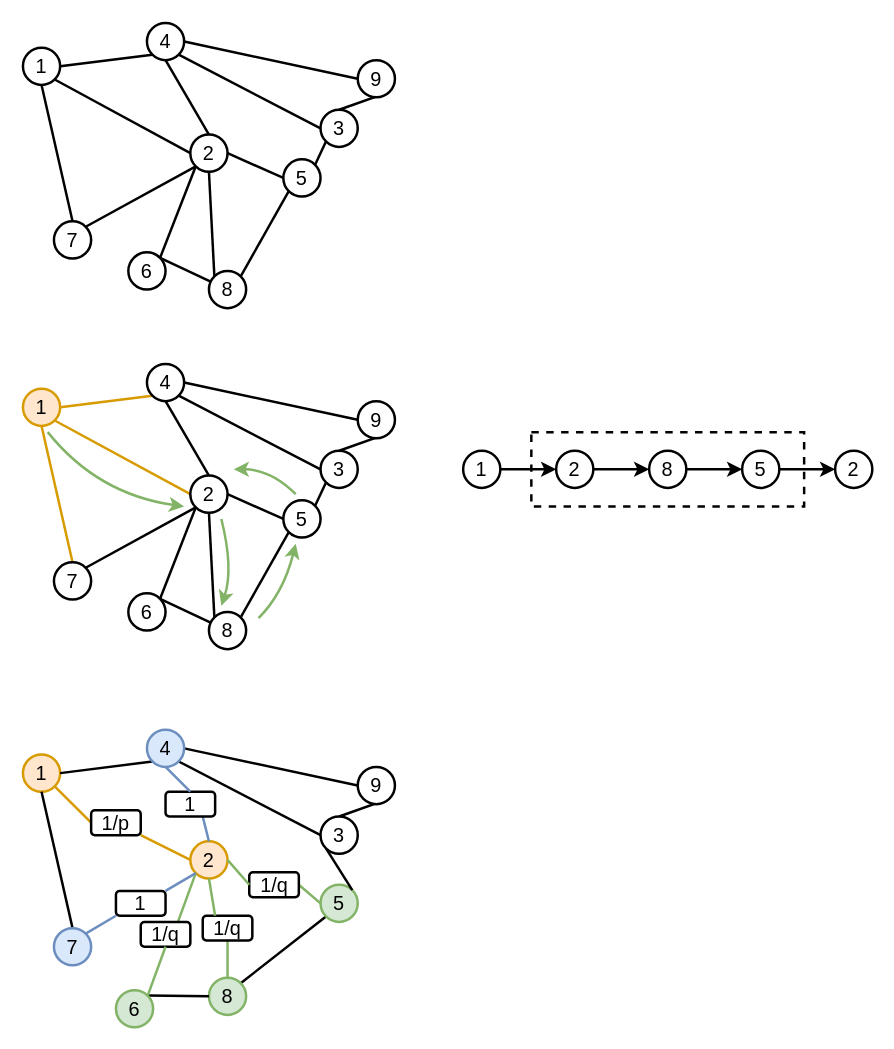
zjtone/RL-Note keeps this draw.io diagram as page "第 1 页" (1 of 3) of 未命名表单.drawio. Above is the earlier version. Source tidied: cells renumbered, new cells numbered last; positions are measured from the earlier drawing's top-left corner, leaving out a move shared by most shapes. Both pictures are drawn from the tidied source at 124%, with x=0, y=0 at pixel (22, 22).
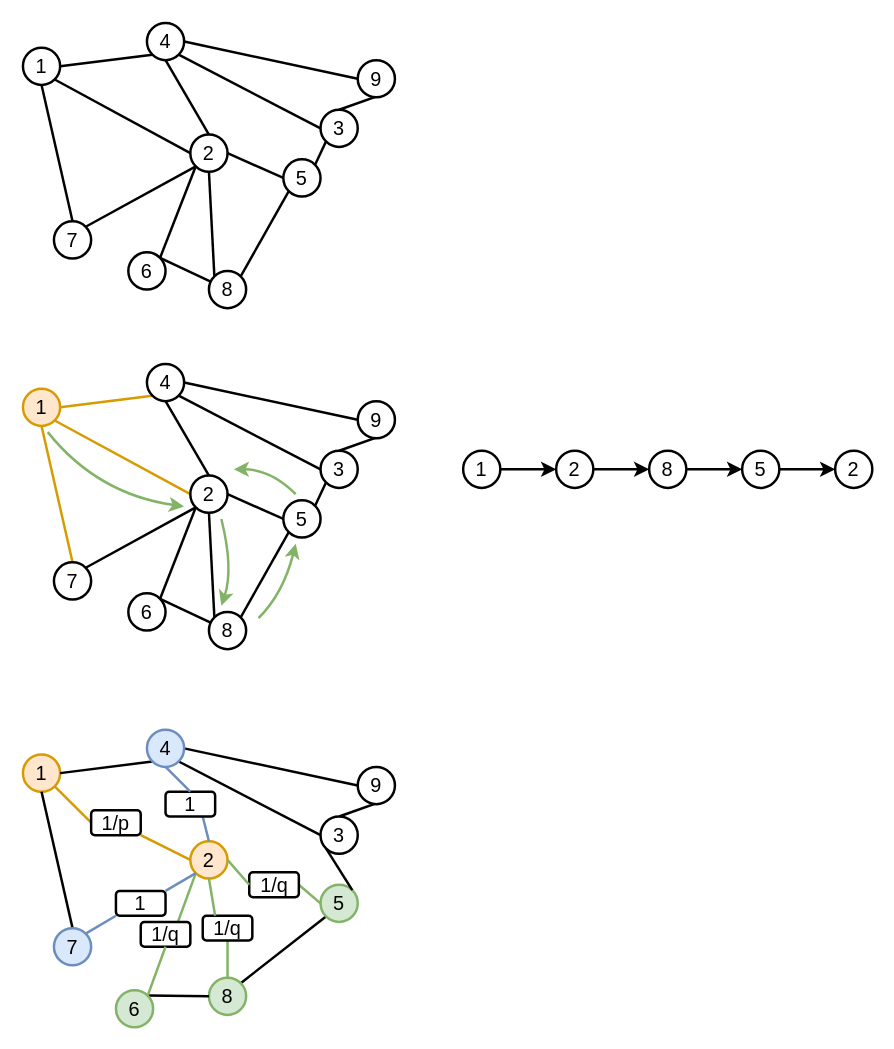
The same page after the edit.

Commit message (it also covers changes not shown here):
Update 未命名表单.drawio

The edit, as a diff of the source:
```diff
@@
-    <mxCell id="61" style="rounded=0;whiteSpace=wrap;html=1;fillColor=none;dashed=1;fontSize=16;strokeWidth=2;" parent="1" vertex="1">
-      <mxGeometry x="410" y="330" width="220" height="60" as="geometry" />
-    </mxCell>
```
